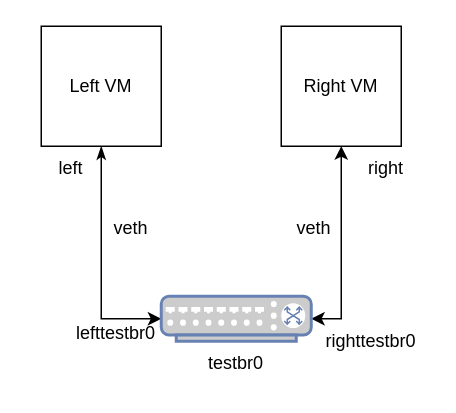
The draw.io diagram network-diagram.drawio in BigBadWolfSecurity/kvm-access-control, before the edit. Source tidied: cells renumbered, new cells numbered last; positions are measured from the earlier drawing's top-left corner, leaving out a move shared by most shapes. Both pictures are drawn from the tidied source at 150%, with x=0, y=0 at pixel (26, 26).
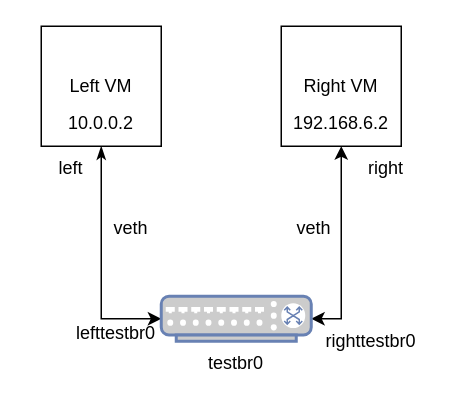
The same page after the edit.

Commit message (it also covers changes not shown here):
Add ip addresses to diagram.

What changed in the source:
```diff
@@
 <mxGraphModel>
   <root>
     <mxCell id="0" />
     <mxCell id="1" parent="0" />
     <mxCell id="2" style="edgeStyle=orthogonalEdgeStyle;rounded=0;jettySize=auto;html=1;entryX=0;entryY=0.5;entryDx=0;entryDy=0;entryPerimeter=0;startArrow=classicThin;startFill=1;" parent="1" edge="1" source="3" target="6">
       <mxGeometry relative="1" as="geometry" />
     </mxCell>
     <mxCell id="3" value="Left VM" style="whiteSpace=wrap;html=1;" parent="1" vertex="1">
       <mxGeometry x="10" width="80" height="80" as="geometry" />
     </mxCell>
     <mxCell id="4" style="edgeStyle=orthogonalEdgeStyle;rounded=0;jettySize=auto;html=1;entryX=1;entryY=0.5;entryDx=0;entryDy=0;entryPerimeter=0;startArrow=classic;startFill=1;" parent="1" edge="1" source="5" target="6">
       <mxGeometry relative="1" as="geometry" />
     </mxCell>
     <mxCell id="5" value="Right VM" style="whiteSpace=wrap;html=1;" parent="1" vertex="1">
       <mxGeometry x="170" width="80" height="80" as="geometry" />
     </mxCell>
     <mxCell id="6" style="fontColor=#0066CC;verticalAlign=top;verticalLabelPosition=bottom;labelPosition=center;align=center;html=1;outlineConnect=0;fillColor=#CCCCCC;strokeColor=#6881B3;gradientColor=none;gradientDirection=north;strokeWidth=2;shape=mxgraph.networks.switch;" parent="1" vertex="1">
       <mxGeometry x="90" y="180" width="100" height="30" as="geometry" />
     </mxCell>
     <mxCell id="7" value="veth" style="text;html=1;strokeColor=none;fillColor=none;align=center;verticalAlign=middle;whiteSpace=wrap;rounded=0;" parent="1" vertex="1">
       <mxGeometry x="40" y="120" width="60" height="30" as="geometry" />
     </mxCell>
     <mxCell id="8" value="veth" style="text;html=1;strokeColor=none;fillColor=none;align=center;verticalAlign=middle;whiteSpace=wrap;rounded=0;" parent="1" vertex="1">
       <mxGeometry x="162" y="120" width="60" height="30" as="geometry" />
     </mxCell>
     <mxCell id="9" value="testbr0" style="text;html=1;strokeColor=none;fillColor=none;align=center;verticalAlign=middle;whiteSpace=wrap;rounded=0;" parent="1" vertex="1">
       <mxGeometry x="110" y="210" width="60" height="30" as="geometry" />
     </mxCell>
     <mxCell id="10" value="left" style="text;html=1;strokeColor=none;fillColor=none;align=center;verticalAlign=middle;whiteSpace=wrap;rounded=0;" parent="1" vertex="1">
       <mxGeometry y="80" width="60" height="30" as="geometry" />
     </mxCell>
     <mxCell id="11" value="lefttestbr0" style="text;html=1;strokeColor=none;fillColor=none;align=center;verticalAlign=middle;whiteSpace=wrap;rounded=0;" parent="1" vertex="1">
       <mxGeometry x="30" y="190" width="60" height="30" as="geometry" />
     </mxCell>
     <mxCell id="12" value="righttestbr0" style="text;html=1;strokeColor=none;fillColor=none;align=center;verticalAlign=middle;whiteSpace=wrap;rounded=0;" parent="1" vertex="1">
       <mxGeometry x="200" y="190" width="60" height="40" as="geometry" />
     </mxCell>
     <mxCell id="13" value="right" style="text;html=1;strokeColor=none;fillColor=none;align=center;verticalAlign=middle;whiteSpace=wrap;rounded=0;" parent="1" vertex="1">
       <mxGeometry x="210" y="80" width="60" height="30" as="geometry" />
     </mxCell>
+    <mxCell id="14" value="10.0.0.2" style="text;html=1;strokeColor=none;fillColor=none;align=center;verticalAlign=middle;whiteSpace=wrap;rounded=0;" parent="1" vertex="1">
+      <mxGeometry x="20" y="50" width="60" height="30" as="geometry" />
+    </mxCell>
+    <mxCell id="15" value="192.168.6.2" style="text;html=1;strokeColor=none;fillColor=none;align=center;verticalAlign=middle;whiteSpace=wrap;rounded=0;" parent="1" vertex="1">
+      <mxGeometry x="180" y="50" width="60" height="30" as="geometry" />
+    </mxCell>
   </root>
 </mxGraphModel>
```
